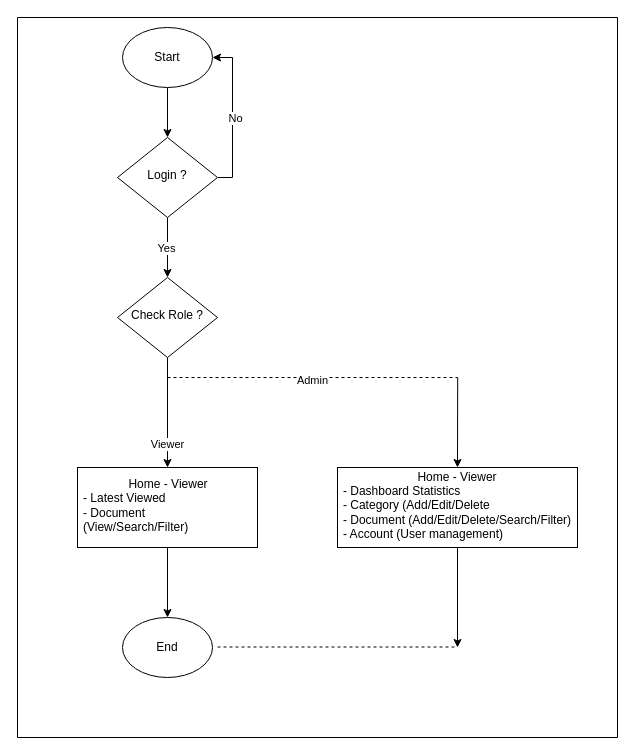
Earlier version of the draw.io diagram KMS.drawio (Tintapen/diagram). Source tidied: cells renumbered, new cells numbered last; positions are measured from the earlier drawing's top-left corner, leaving out a move shared by most shapes. Both pictures are drawn from the tidied source at 100%, with x=0, y=0 at pixel (17, 17).
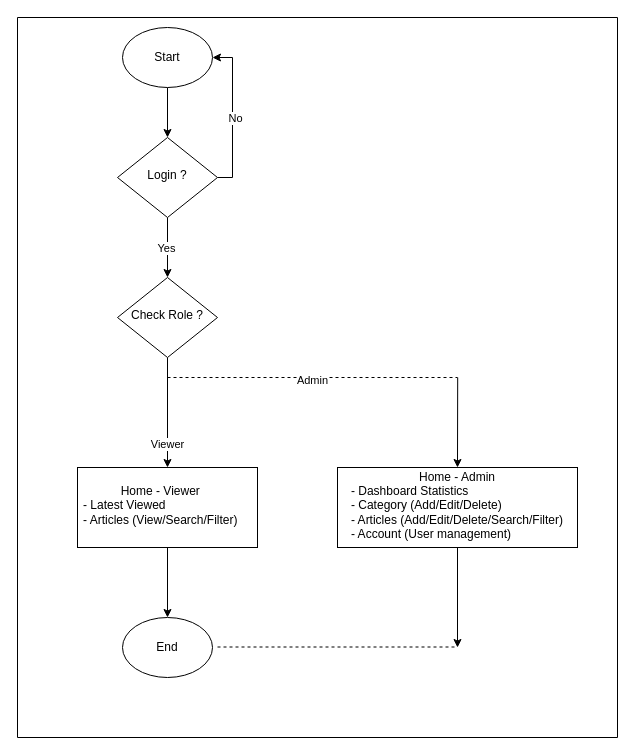
After the change.

The change refers to these unchanged cells:
```xml
<mxCell id="2" style="swimlane;startSize=0;" parent="1" vertex="1">
  <mxGeometry width="600" height="720" as="geometry" />
</mxCell>
```

Change to the diagram source:
```diff
@@
-    <mxCell id="14" value="&lt;div style=&quot;text-align: center;&quot;&gt;&lt;span style=&quot;background-color: transparent; color: light-dark(rgb(0, 0, 0), rgb(255, 255, 255));&quot;&gt;Home - Viewer&lt;/span&gt;&lt;/div&gt;- Latest Viewed&lt;br&gt;- Document (View/Search/Filter)" style="whiteSpace=wrap;html=1;shadow=0;strokeWidth=1;spacing=6;spacingTop=-4;align=left;" parent="2" vertex="1">
+    <mxCell id="14" value="&lt;div style=&quot;text-align: center;&quot;&gt;&lt;span style=&quot;background-color: transparent; color: light-dark(rgb(0, 0, 0), rgb(255, 255, 255));&quot;&gt;Home - Viewer&lt;/span&gt;&lt;/div&gt;- Latest Viewed&lt;br&gt;- Articles (View/Search/Filter)" style="whiteSpace=wrap;html=1;shadow=0;strokeWidth=1;spacing=6;spacingTop=-4;align=left;" parent="2" vertex="1">
       <mxGeometry x="60" y="450" width="180" height="80" as="geometry" />
     </mxCell>
@@
-    <mxCell id="16" value="&lt;div&gt;&lt;span style=&quot;background-color: transparent; color: light-dark(rgb(0, 0, 0), rgb(255, 255, 255));&quot;&gt;Home - Viewer&lt;/span&gt;&lt;/div&gt;&lt;span style=&quot;&quot;&gt;&lt;div style=&quot;text-align: left;&quot;&gt;&lt;span style=&quot;background-color: transparent; color: light-dark(rgb(0, 0, 0), rgb(255, 255, 255));&quot;&gt;- Dashboard Statistics&lt;/span&gt;&lt;/div&gt;&lt;/span&gt;&lt;span style=&quot;&quot;&gt;&lt;div style=&quot;text-align: left;&quot;&gt;&lt;span style=&quot;background-color: transparent; color: light-dark(rgb(0, 0, 0), rgb(255, 255, 255));&quot;&gt;- Category (Add/Edit/Delete&lt;/span&gt;&lt;/div&gt;&lt;/span&gt;&lt;span style=&quot;&quot;&gt;&lt;div style=&quot;text-align: left;&quot;&gt;&lt;span style=&quot;background-color: transparent; color: light-dark(rgb(0, 0, 0), rgb(255, 255, 255));&quot;&gt;- Document (Add/Edit/Delete/Search/Filter)&lt;br&gt;- Account (User management)&lt;/span&gt;&lt;/div&gt;&lt;/span&gt;" style="whiteSpace=wrap;html=1;shadow=0;strokeWidth=1;spacing=6;spacingTop=-4;" parent="2" vertex="1">
+    <mxCell id="16" value="&lt;div&gt;&lt;span style=&quot;background-color: transparent; color: light-dark(rgb(0, 0, 0), rgb(255, 255, 255));&quot;&gt;Home - Admin&lt;/span&gt;&lt;/div&gt;&lt;span style=&quot;&quot;&gt;&lt;div style=&quot;text-align: left;&quot;&gt;&lt;span style=&quot;background-color: transparent; color: light-dark(rgb(0, 0, 0), rgb(255, 255, 255));&quot;&gt;- Dashboard Statistics&lt;/span&gt;&lt;/div&gt;&lt;/span&gt;&lt;span style=&quot;&quot;&gt;&lt;div style=&quot;text-align: left;&quot;&gt;&lt;span style=&quot;background-color: transparent; color: light-dark(rgb(0, 0, 0), rgb(255, 255, 255));&quot;&gt;- Category (Add/Edit/Delete)&lt;/span&gt;&lt;/div&gt;&lt;/span&gt;&lt;span style=&quot;&quot;&gt;&lt;div style=&quot;text-align: left;&quot;&gt;&lt;span style=&quot;background-color: transparent; color: light-dark(rgb(0, 0, 0), rgb(255, 255, 255));&quot;&gt;- Articles (Add/Edit/Delete/Search/Filter)&lt;br&gt;- Account (User management)&lt;/span&gt;&lt;/div&gt;&lt;/span&gt;" style="whiteSpace=wrap;html=1;shadow=0;strokeWidth=1;spacing=6;spacingTop=-4;" parent="2" vertex="1">
       <mxGeometry x="320" y="450" width="240" height="80" as="geometry" />
     </mxCell>
```
